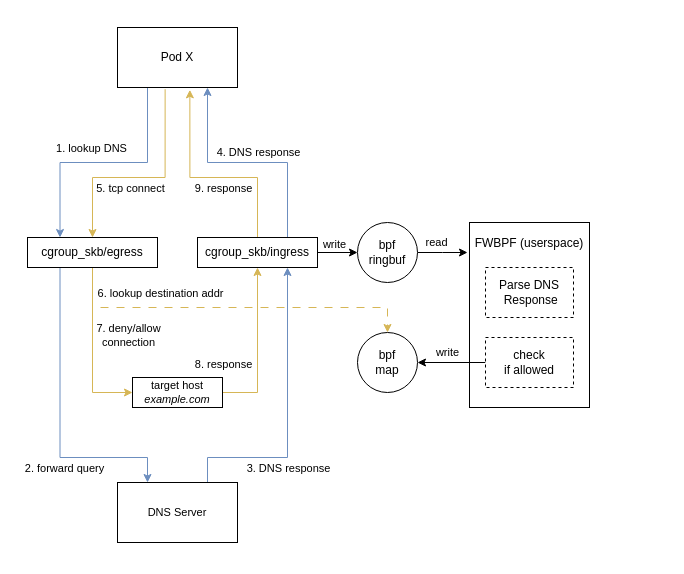
This is page "overview" (1 of 3) of diagrams.drawio from moolen/skouter, a draw.io file, before an edit. Source tidied: cells renumbered, new cells numbered last; positions are measured from the earlier drawing's top-left corner, leaving out a move shared by most shapes. Both pictures are drawn from the tidied source at 100%, with x=0, y=0 at pixel (17, 17).
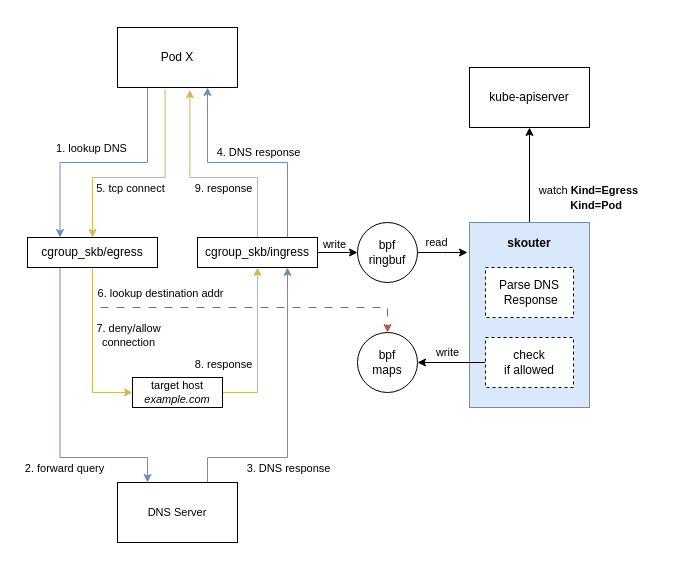
The same diagram, later.

The change refers to these unchanged cells:
```xml
<mxCell id="10" value="cgroup_skb/egress" style="whiteSpace=wrap;html=1;" parent="1" vertex="1">
  <mxGeometry x="10" y="220" width="130" height="30" as="geometry" />
</mxCell>
```

Diff of the diagram source:
```diff
@@
     <mxCell id="2" style="rounded=0;whiteSpace=wrap;html=1;dashed=1;fontSize=11;strokeColor=none;fillColor=#FFFFFF;" parent="1" vertex="1">
-      <mxGeometry width="580" height="540" as="geometry" />
+      <mxGeometry width="650" height="540" as="geometry" />
     </mxCell>
@@
-    <mxCell id="6" style="edgeStyle=orthogonalEdgeStyle;rounded=0;jettySize=auto;html=1;exitX=0.5;exitY=1;exitDx=0;exitDy=0;labelBackgroundColor=none;fontSize=11;entryX=0.5;entryY=0;entryDx=0;entryDy=0;fillColor=#fff2cc;strokeColor=#d6b656;dashed=1;dashPattern=8 8;" parent="1" edge="1" source="10" target="25">
+    <mxCell id="6" style="edgeStyle=orthogonalEdgeStyle;rounded=0;jettySize=auto;html=1;exitX=0.5;exitY=1;exitDx=0;exitDy=0;labelBackgroundColor=none;fontSize=11;entryX=0.5;entryY=0;entryDx=0;entryDy=0;dashed=1;dashPattern=8 8;fillColor=#f8cecc;strokeColor=#b85450;" parent="1" edge="1" source="10" target="25">
       <mxGeometry relative="1" as="geometry">
         <Array as="points">
           <mxPoint x="75" y="290" />
           <mxPoint x="370" y="290" />
         </Array>
       </mxGeometry>
     </mxCell>
@@
+    <mxCell id="34" style="edgeStyle=orthogonalEdgeStyle;rounded=0;jettySize=auto;html=1;exitX=0.5;exitY=0;exitDx=0;exitDy=0;entryX=0.5;entryY=1;entryDx=0;entryDy=0;" parent="1" edge="1" source="22" target="35">
+      <mxGeometry relative="1" as="geometry" />
+    </mxCell>
-    <mxCell id="22" value="FWBPF (userspace)&lt;br&gt;&lt;br&gt;&lt;br&gt;&lt;br&gt;&lt;br&gt;&lt;br&gt;&lt;br&gt;&lt;br&gt;&lt;br&gt;&lt;br&gt;&lt;br&gt;" style="whiteSpace=wrap;html=1;" parent="1" vertex="1">
+    <mxCell id="22" value="&lt;b&gt;skouter&lt;/b&gt;&lt;br&gt;&lt;br&gt;&lt;br&gt;&lt;br&gt;&lt;br&gt;&lt;br&gt;&lt;br&gt;&lt;br&gt;&lt;br&gt;&lt;br&gt;&lt;br&gt;" style="whiteSpace=wrap;html=1;fillColor=#dae8fc;strokeColor=#6c8ebf;" parent="1" vertex="1">
       <mxGeometry x="452" y="205" width="120" height="185" as="geometry" />
     </mxCell>
@@
-    <mxCell id="25" value="bpf&lt;br&gt;map" style="ellipse;whiteSpace=wrap;html=1;" parent="1" vertex="1">
+    <mxCell id="25" value="bpf&lt;br&gt;maps" style="ellipse;whiteSpace=wrap;html=1;" parent="1" vertex="1">
       <mxGeometry x="340" y="315" width="60" height="60" as="geometry" />
     </mxCell>
@@
+    <mxCell id="35" value="kube-apiserver" style="rounded=0;whiteSpace=wrap;html=1;" parent="1" vertex="1">
+      <mxGeometry x="452" y="50" width="120" height="60" as="geometry" />
+    </mxCell>
+    <mxCell id="36" value="&lt;font style=&quot;font-size: 11px;&quot;&gt;watch &lt;b&gt;Kind=Egress&lt;br&gt;&amp;nbsp; &amp;nbsp; &amp;nbsp;Kind=Pod&lt;br&gt;&lt;/b&gt;&lt;/font&gt;" style="text;html=1;align=center;verticalAlign=middle;strokeColor=none;fillColor=none;" parent="1" vertex="1">
+      <mxGeometry x="511" y="160" width="120" height="40" as="geometry" />
+    </mxCell>
```
